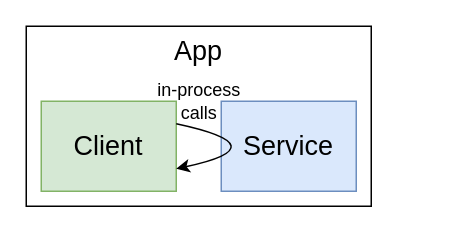
Earlier version of the draw.io diagram page "SingleClient" (4 of 7) of 5th-semester/daw/docs/daw-diagrams.drawio (andre-j3sus/isel-leic-notes). Source tidied: cells renumbered, new cells numbered last; positions are measured from the earlier drawing's top-left corner, leaving out a move shared by most shapes. Both pictures are drawn from the tidied source at 150%, with x=0, y=0 at pixel (26, 26).
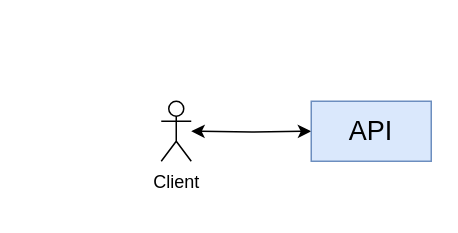
Above is the later version.

Change to the diagram source:
```diff
@@
 <mxGraphModel>
   <root>
     <mxCell id="0" />
     <mxCell id="1" parent="0" />
-    <mxCell id="2" value="App" style="rounded=0;whiteSpace=wrap;html=1;fontSize=18;fillColor=none;verticalAlign=top;" parent="1" vertex="1">
-      <mxGeometry width="230" height="120" as="geometry" />
-    </mxCell>
+    <mxCell id="7" style="edgeStyle=orthogonalEdgeStyle;rounded=0;jettySize=auto;html=1;entryX=0;entryY=0.5;entryDx=0;entryDy=0;startArrow=classic;startFill=1;" parent="1" edge="1" target="4">
+      <mxGeometry relative="1" as="geometry">
+        <mxPoint x="110" y="70" as="sourcePoint" />
+      </mxGeometry>
+    </mxCell>
+    <mxCell id="4" value="API" style="rounded=0;whiteSpace=wrap;html=1;fontSize=18;fillColor=#dae8fc;strokeColor=#6c8ebf;" parent="1" vertex="1">
+      <mxGeometry x="190" y="50" width="80" height="40" as="geometry" />
+    </mxCell>
-    <mxCell id="3" value="Client" style="rounded=0;whiteSpace=wrap;html=1;fontSize=18;fillColor=#d5e8d4;strokeColor=#82b366;" parent="1" vertex="1">
-      <mxGeometry x="10" y="50" width="90" height="60" as="geometry" />
+    <mxCell id="3" value="Client" style="shape=umlActor;verticalLabelPosition=bottom;verticalAlign=top;html=1;outlineConnect=0;" parent="1" vertex="1">
+      <mxGeometry x="90" y="50" width="20" height="40" as="geometry" />
     </mxCell>
-    <mxCell id="4" value="Service" style="rounded=0;whiteSpace=wrap;html=1;fontSize=18;fillColor=#dae8fc;strokeColor=#6c8ebf;" parent="1" vertex="1">
-      <mxGeometry x="130" y="50" width="90" height="60" as="geometry" />
-    </mxCell>
-    <mxCell id="5" style="curved=1;endArrow=classic;html=1;rounded=0;fontSize=18;entryX=1;entryY=0.75;entryDx=0;entryDy=0;exitX=1;exitY=0.25;exitDx=0;exitDy=0;" parent="1" edge="1" source="3" target="3">
-      <mxGeometry relative="1" as="geometry">
-        <Array as="points">
-          <mxPoint x="170" y="80" />
-        </Array>
-      </mxGeometry>
-    </mxCell>
-    <mxCell id="6" value="in-process&lt;br&gt;calls" style="text;html=1;align=center;verticalAlign=middle;strokeColor=none;fillColor=none;fontSize=12;" parent="1" vertex="1">
-      <mxGeometry x="75" y="30" width="80" height="40" as="geometry" />
-    </mxCell>
   </root>
 </mxGraphModel>
```
